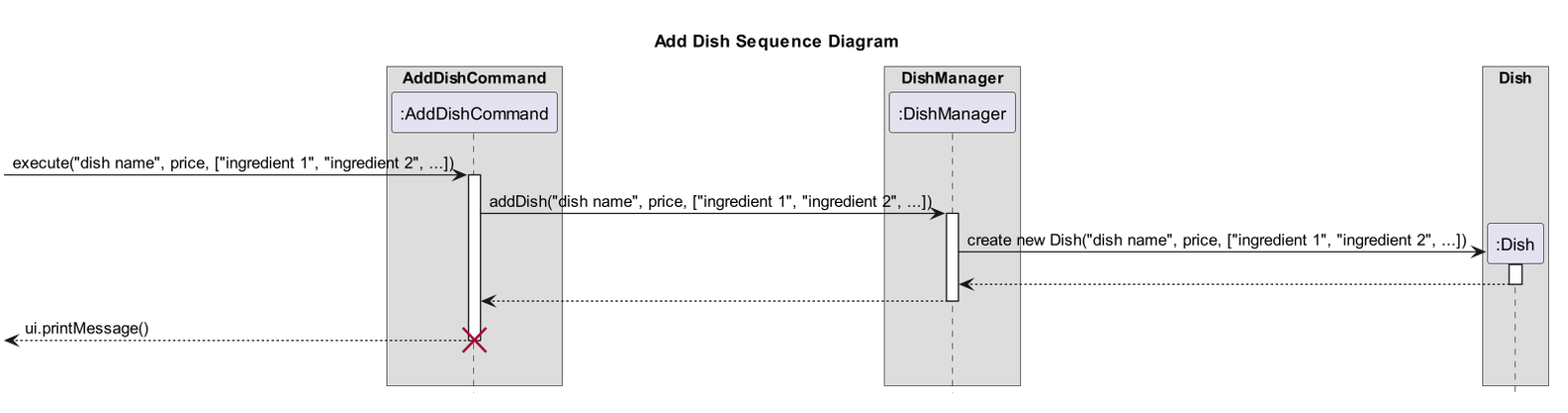
The PlantUML diagram docs/uml/images/AddDishCommandSequenceDiagram.png in nus-cs2113-AY2223S2/tp, before a commit. Its source is kept beside it as docs/uml/AddDishCommandSequenceDiagram.puml. The source it was exported from:
```plantuml
@startuml
hide footbox
title Add Dish Sequence Diagram

box "AddDishCommand"
participant ":AddDishCommand" as AddDishCommand
endbox

box "DishManager"
participant ":DishManager" as DishManager
endbox

box "Dish"
participant ":Dish" as Dish
endbox

-> AddDishCommand: execute("dish name", price, ["ingredient 1", "ingredient 2", ...])
activate AddDishCommand
AddDishCommand -> DishManager ++ : addDish("dish name", price, ["ingredient 1", "ingredient 2", ...])

create Dish
Dish <- DishManager ++ : create new Dish("dish name", price, ["ingredient 1", "ingredient 2", ...])
Dish --> DishManager
deactivate
AddDishCommand <-- DishManager
deactivate
<-- AddDishCommand: ui.printMessage()

destroy AddDishCommand
|||
@enduml
```
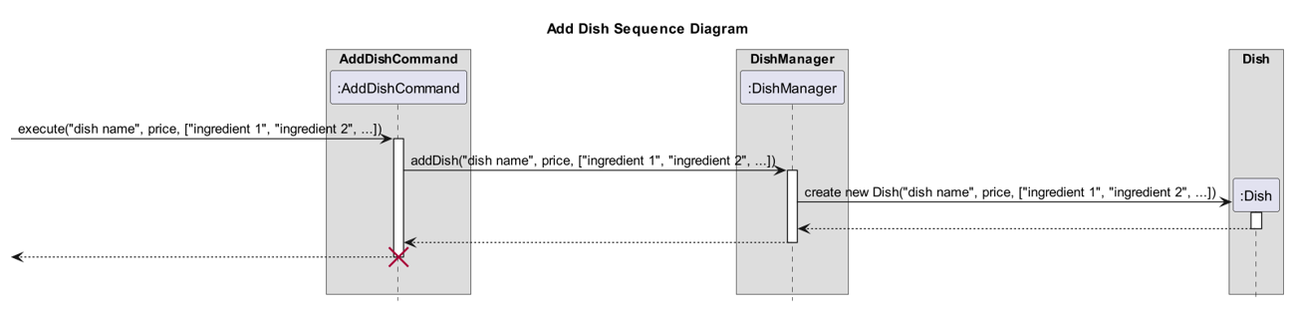
The same file after the commit.

Commit message:
Update Dish Sequence diagrams in DG

Diff of the diagram source:
```diff
@@ -24,7 +24,7 @@
 deactivate
 AddDishCommand <-- DishManager
 deactivate
-<-- AddDishCommand: ui.printMessage()
+<-- AddDishCommand:
 
 destroy AddDishCommand
 |||
```
